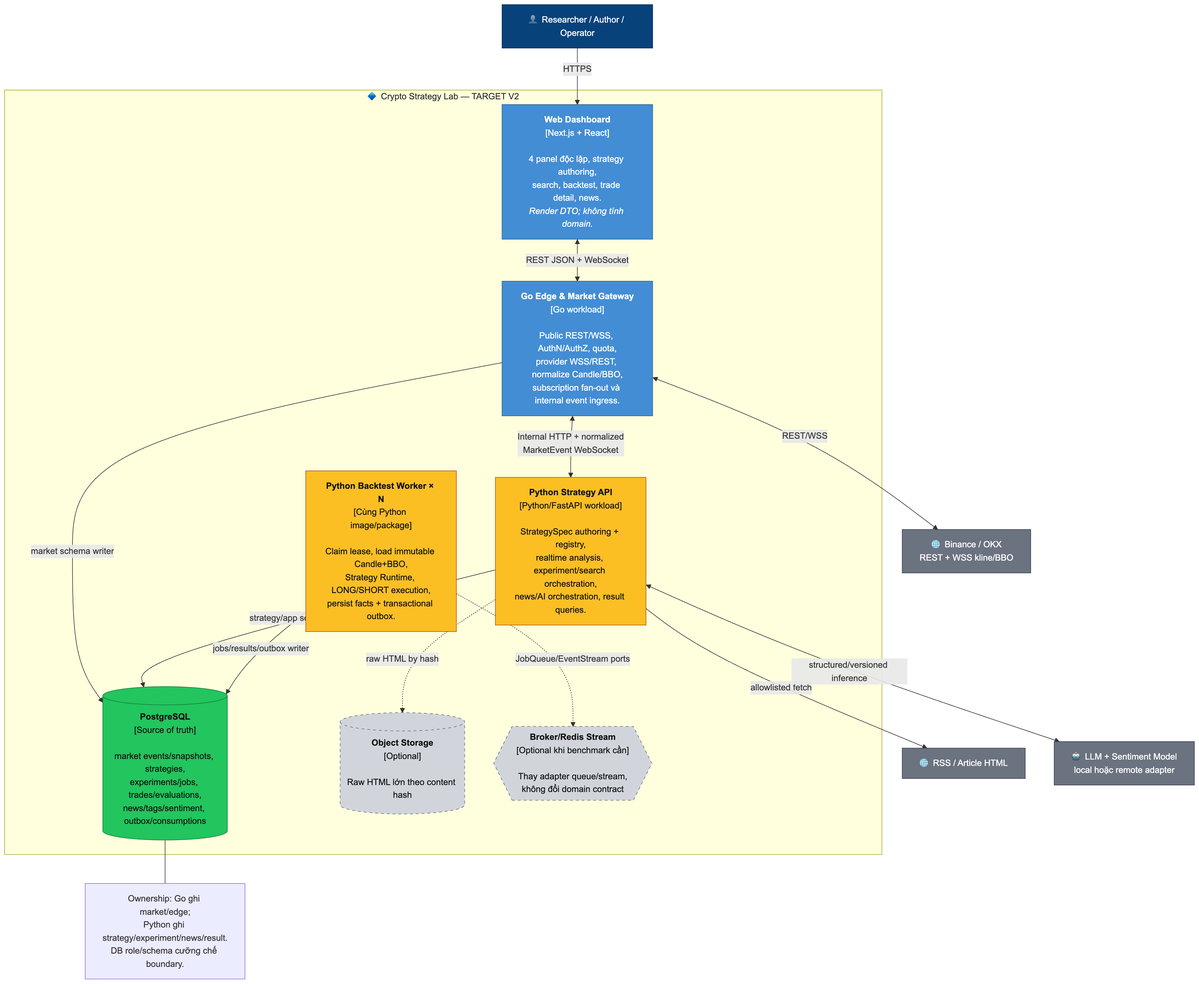
Above: blueprint/assets/diagrams-png/02-c4-l2-container.png in EnsoTech-Studio/CryptoBot (Mermaid), before the change. Its source is kept beside it as blueprint/assets/diagrams/02-c4-l2-container.mmd.
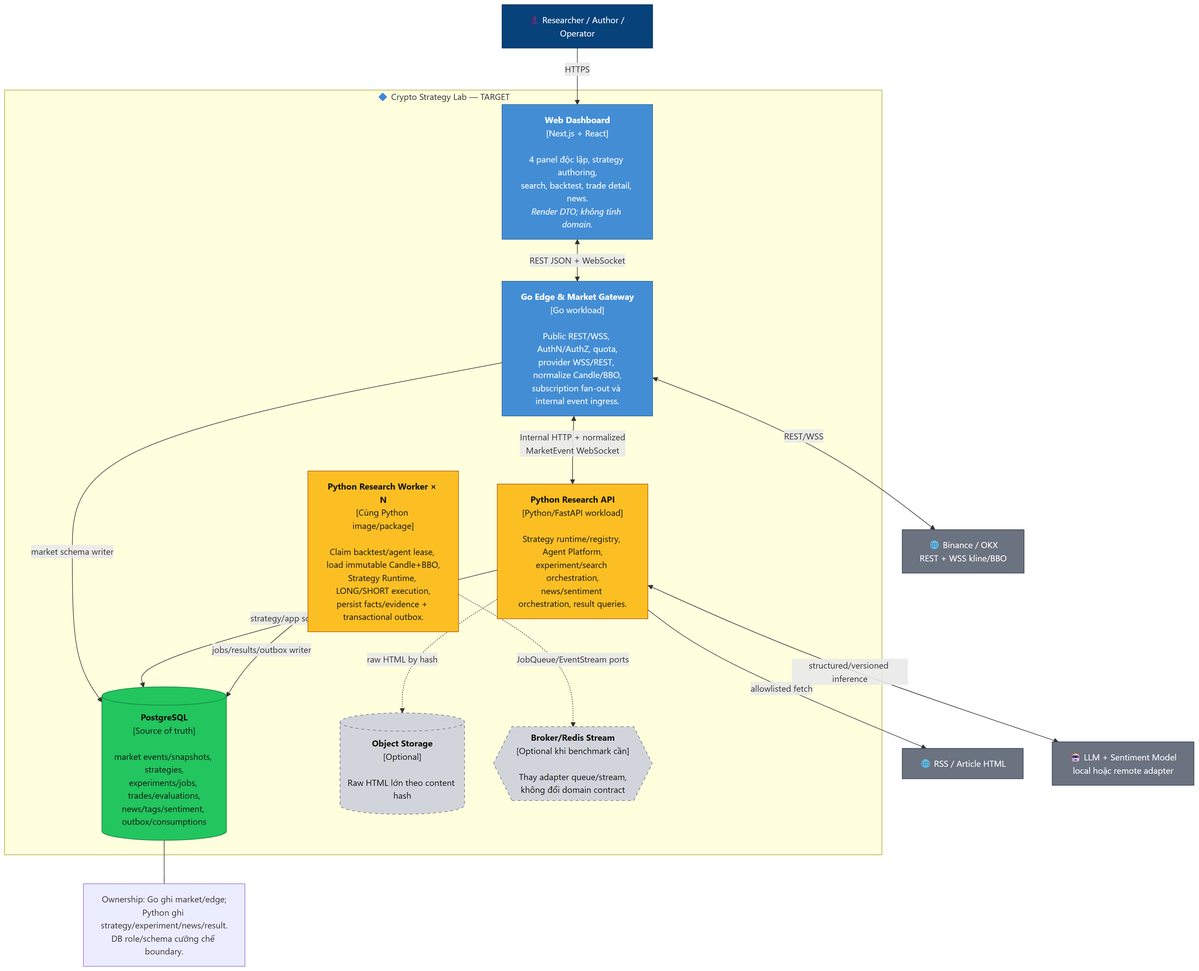
Later version of the same file.

What changed in the source:
```diff
@@ -6,9 +6,9 @@
 
         Go["<b>Go Edge & Market Gateway</b><br/>[Go workload]<br/><br/>Public REST/WSS, AuthN/AuthZ, quota,<br/>provider WSS/REST, normalize Candle/BBO,<br/>subscription fan-out và internal event ingress."]
 
-        PyAPI["<b>Python Strategy API</b><br/>[Python/FastAPI workload]<br/><br/>StrategySpec authoring + registry,<br/>realtime analysis, experiment/search orchestration,<br/>news/AI orchestration, result queries."]
+        PyAPI["<b>Python Research API</b><br/>[Python/FastAPI workload]<br/><br/>Strategy runtime/registry, Agent Platform,<br/>experiment/search orchestration,<br/>news/sentiment orchestration, result queries."]
 
-        PyWorker["<b>Python Backtest Worker × N</b><br/>[Cùng Python image/package]<br/><br/>Claim lease, load immutable Candle+BBO,<br/>Strategy Runtime, LONG/SHORT execution,<br/>persist facts + transactional outbox."]
+        PyWorker["<b>Python Research Worker × N</b><br/>[Cùng Python image/package]<br/><br/>Claim backtest/agent lease, load immutable Candle+BBO,<br/>Strategy Runtime, LONG/SHORT execution,<br/>persist facts/evidence + transactional outbox."]
 
         DB[("<b>PostgreSQL</b><br/>[Source of truth]<br/><br/>market events/snapshots, strategies,<br/>experiments/jobs, trades/evaluations,<br/>news/tags/sentiment, outbox/consumptions")]
 
```
